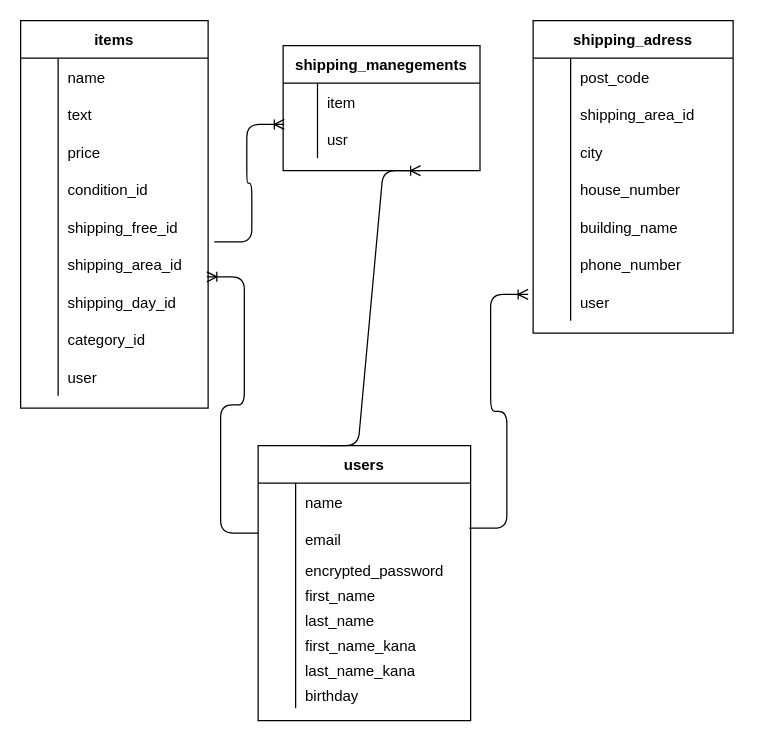
This is test.dio from protein0917/furima-53054, a draw.io file, before an edit. Source tidied: cells renumbered, new cells numbered last; positions are measured from the earlier drawing's top-left corner, leaving out a move shared by most shapes. Both pictures are drawn from the tidied source at 125%, with x=0, y=0 at pixel (20, 20).
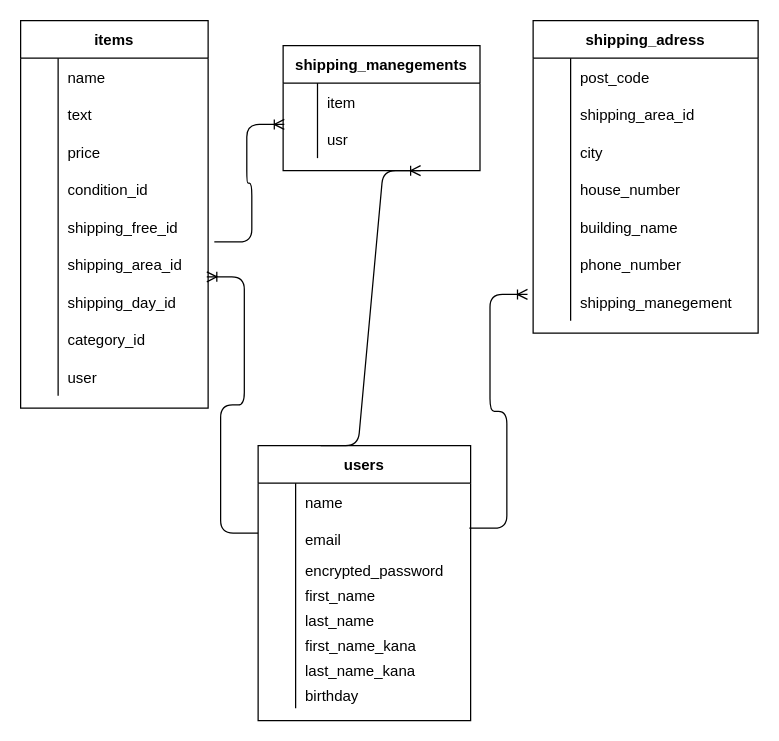
After the change.

What changed in the source:
```diff
@@
     <mxCell id="55" value="shipping_adress" style="shape=table;startSize=30;childLayout=tableLayout;rowLines=0;fontStyle=1;align=center;" parent="1" vertex="1">
-      <mxGeometry x="410" width="160" height="250" as="geometry" />
+      <mxGeometry x="410" width="180" height="250" as="geometry" />
     </mxCell>
     <mxCell id="56" style="shape=partialRectangle;fillColor=none;top=0;left=0;bottom=0;right=0;" parent="55" vertex="1">
-      <mxGeometry y="30" width="160" height="30" as="geometry" />
+      <mxGeometry y="30" width="180" height="30" as="geometry" />
     </mxCell>
@@
     <mxCell id="58" value="post_code" style="shape=partialRectangle;fillColor=none;top=0;left=0;bottom=0;right=0;align=left;spacingLeft=6;overflow=hidden;" parent="56" vertex="1">
-      <mxGeometry x="30" width="130" height="30" as="geometry" />
+      <mxGeometry x="30" width="150" height="30" as="geometry" />
     </mxCell>
     <mxCell id="59" style="shape=partialRectangle;fillColor=none;top=0;left=0;bottom=0;right=0;" parent="55" vertex="1">
-      <mxGeometry y="60" width="160" height="30" as="geometry" />
+      <mxGeometry y="60" width="180" height="30" as="geometry" />
     </mxCell>
@@
     <mxCell id="61" value="shipping_area_id" style="shape=partialRectangle;fillColor=none;top=0;left=0;bottom=0;right=0;align=left;spacingLeft=6;overflow=hidden;" parent="59" vertex="1">
-      <mxGeometry x="30" width="130" height="30" as="geometry" />
+      <mxGeometry x="30" width="150" height="30" as="geometry" />
     </mxCell>
     <mxCell id="62" style="shape=partialRectangle;fillColor=none;top=0;left=0;bottom=0;right=0;" parent="55" vertex="1">
-      <mxGeometry y="90" width="160" height="30" as="geometry" />
+      <mxGeometry y="90" width="180" height="30" as="geometry" />
     </mxCell>
@@
     <mxCell id="64" value="city" style="shape=partialRectangle;fillColor=none;top=0;left=0;bottom=0;right=0;align=left;spacingLeft=6;overflow=hidden;" parent="62" vertex="1">
-      <mxGeometry x="30" width="130" height="30" as="geometry" />
+      <mxGeometry x="30" width="150" height="30" as="geometry" />
     </mxCell>
     <mxCell id="65" style="shape=partialRectangle;fillColor=none;top=0;left=0;bottom=0;right=0;" parent="55" vertex="1">
-      <mxGeometry y="120" width="160" height="30" as="geometry" />
+      <mxGeometry y="120" width="180" height="30" as="geometry" />
     </mxCell>
@@
     <mxCell id="67" value="house_number" style="shape=partialRectangle;fillColor=none;top=0;left=0;bottom=0;right=0;align=left;spacingLeft=6;overflow=hidden;" parent="65" vertex="1">
-      <mxGeometry x="30" width="130" height="30" as="geometry" />
+      <mxGeometry x="30" width="150" height="30" as="geometry" />
     </mxCell>
     <mxCell id="68" style="shape=partialRectangle;fillColor=none;top=0;left=0;bottom=0;right=0;" parent="55" vertex="1">
-      <mxGeometry y="150" width="160" height="30" as="geometry" />
+      <mxGeometry y="150" width="180" height="30" as="geometry" />
     </mxCell>
@@
     <mxCell id="70" value="building_name" style="shape=partialRectangle;fillColor=none;top=0;left=0;bottom=0;right=0;align=left;spacingLeft=6;overflow=hidden;" parent="68" vertex="1">
-      <mxGeometry x="30" width="130" height="30" as="geometry" />
+      <mxGeometry x="30" width="150" height="30" as="geometry" />
     </mxCell>
     <mxCell id="71" style="shape=partialRectangle;fillColor=none;top=0;left=0;bottom=0;right=0;" parent="55" vertex="1">
-      <mxGeometry y="180" width="160" height="30" as="geometry" />
+      <mxGeometry y="180" width="180" height="30" as="geometry" />
     </mxCell>
@@
     <mxCell id="73" value="phone_number" style="shape=partialRectangle;fillColor=none;top=0;left=0;bottom=0;right=0;align=left;spacingLeft=6;overflow=hidden;" parent="71" vertex="1">
-      <mxGeometry x="30" width="130" height="30" as="geometry" />
+      <mxGeometry x="30" width="150" height="30" as="geometry" />
     </mxCell>
     <mxCell id="74" style="shape=partialRectangle;fillColor=none;top=0;left=0;bottom=0;right=0;points=[[0,0.5],[1,0.5]];portConstraint=eastwest;" parent="55" vertex="1">
-      <mxGeometry y="210" width="160" height="30" as="geometry" />
+      <mxGeometry y="210" width="180" height="30" as="geometry" />
     </mxCell>
@@
-    <mxCell id="76" value="user" style="shape=partialRectangle;fillColor=none;top=0;left=0;bottom=0;right=0;align=left;spacingLeft=6;overflow=hidden;" parent="74" vertex="1">
-      <mxGeometry x="30" width="130" height="30" as="geometry" />
+    <mxCell id="76" value="shipping_manegement" style="shape=partialRectangle;fillColor=none;top=0;left=0;bottom=0;right=0;align=left;spacingLeft=6;overflow=hidden;" parent="74" vertex="1">
+      <mxGeometry x="30" width="150" height="30" as="geometry" />
     </mxCell>
```
